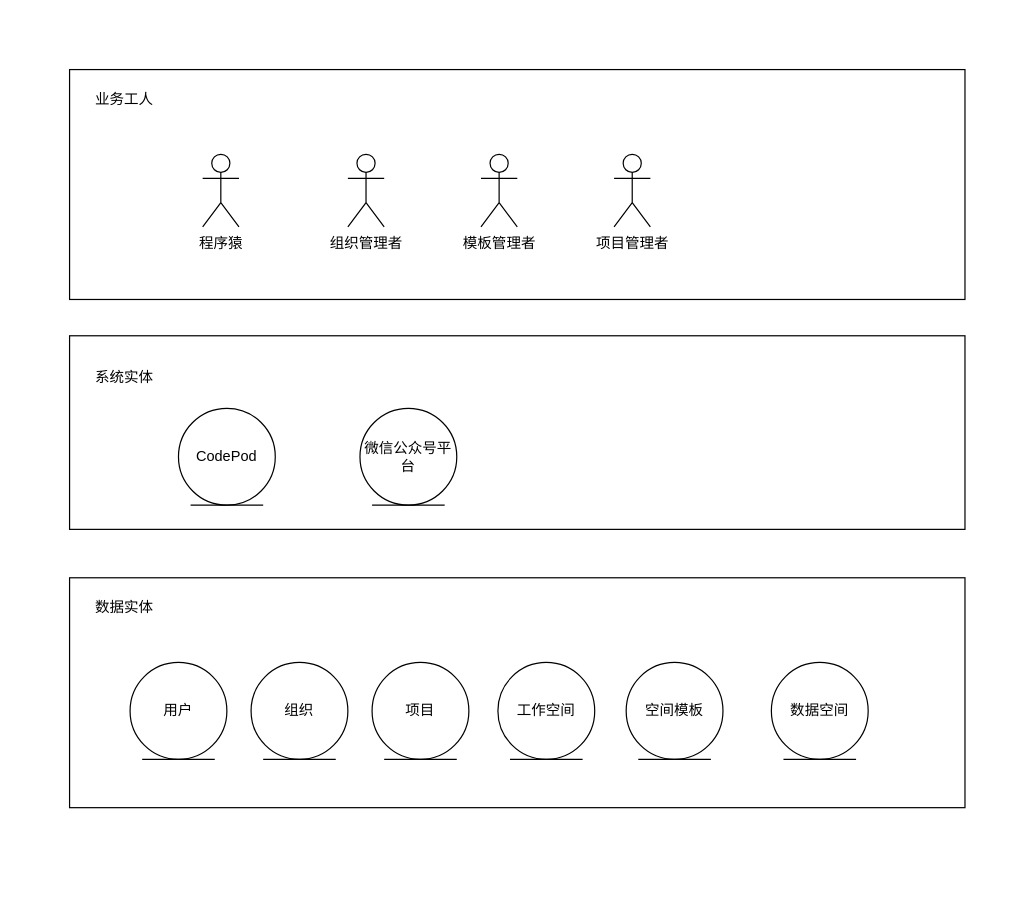
Before: business/_design/business_entity.drawio in codepodspace/docs, a draw.io diagram. Source tidied: cells renumbered, new cells numbered last; positions are measured from the earlier drawing's top-left corner, leaving out a move shared by most shapes. Both pictures are drawn from the tidied source at 121%, with x=0, y=0 at pixel (69, 69).
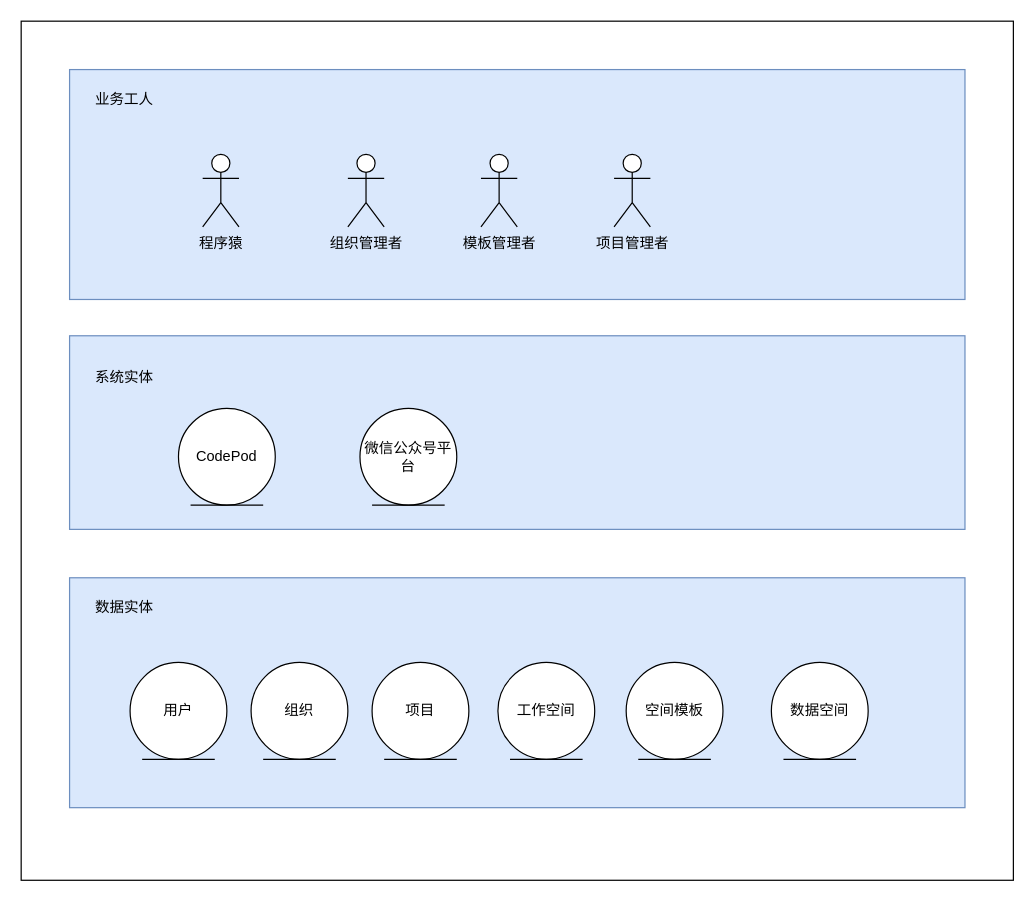
The same diagram, later.

Change to the diagram source:
```diff
@@
+    <mxCell id="20" style="rounded=0;whiteSpace=wrap;html=1;" parent="1" vertex="1">
+      <mxGeometry x="-40" y="-40" width="820" height="710" as="geometry" />
+    </mxCell>
-    <mxCell id="2" style="rounded=0;whiteSpace=wrap;html=1;" parent="1" vertex="1">
+    <mxCell id="2" style="rounded=0;whiteSpace=wrap;html=1;fillColor=#dae8fc;strokeColor=#6c8ebf;" parent="1" vertex="1">
       <mxGeometry y="420" width="740" height="190" as="geometry" />
     </mxCell>
-    <mxCell id="3" style="rounded=0;whiteSpace=wrap;html=1;" parent="1" vertex="1">
+    <mxCell id="3" style="rounded=0;whiteSpace=wrap;html=1;fillColor=#dae8fc;strokeColor=#6c8ebf;" parent="1" vertex="1">
       <mxGeometry width="740" height="190" as="geometry" />
     </mxCell>
@@
-    <mxCell id="15" style="rounded=0;whiteSpace=wrap;html=1;" parent="1" vertex="1">
+    <mxCell id="15" style="rounded=0;whiteSpace=wrap;html=1;fillColor=#dae8fc;strokeColor=#6c8ebf;" parent="1" vertex="1">
       <mxGeometry y="220" width="740" height="160" as="geometry" />
     </mxCell>
```
